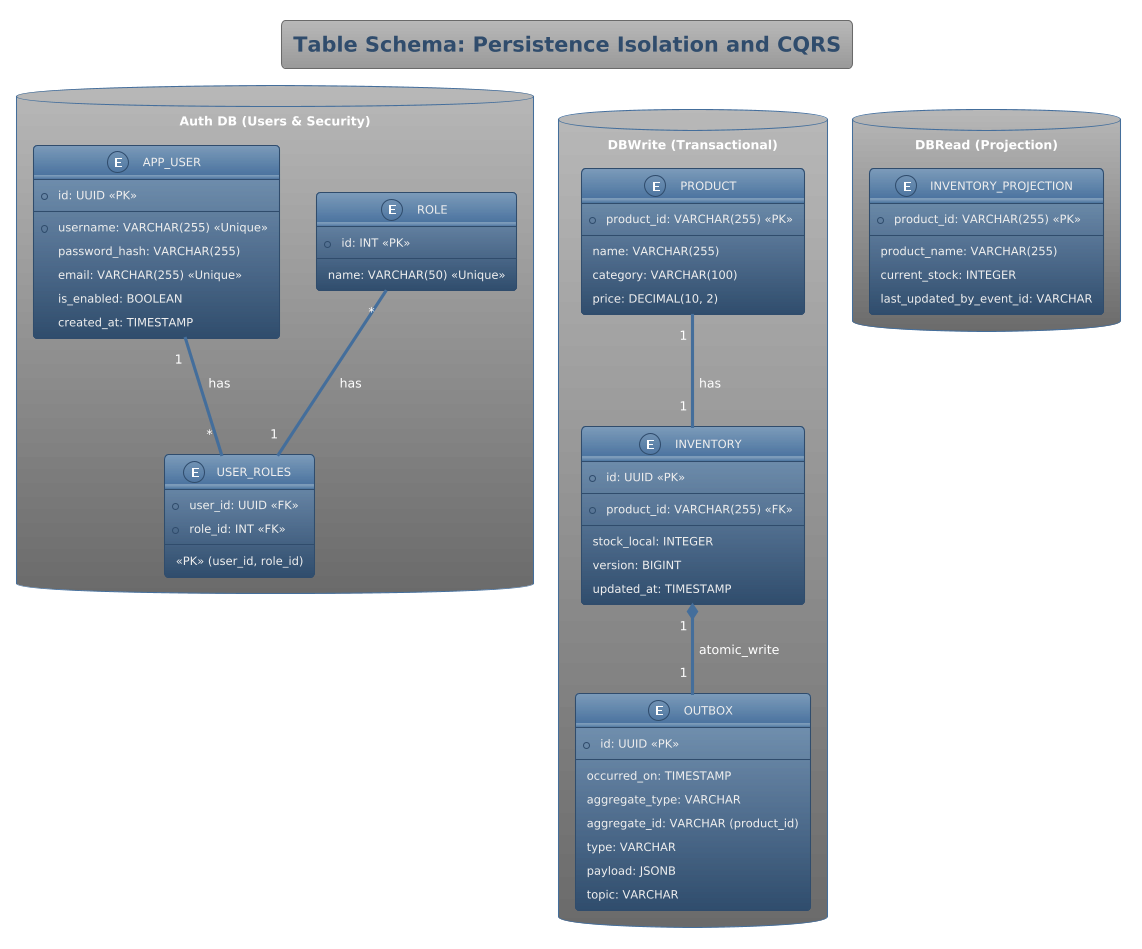
The PlantUML diagram assets/dataModel.png in AgueroSalcinesIgnacio/supermarket-inventory-backend, before a commit. The source it was exported from:
```plantuml
@startuml
!theme spacelab

title Table Schema: Persistence Isolation and CQRS

database "Auth DB (Users & Security)" as DBAuth {

  entity "APP_USER" as T_User {
    + id: UUID <<PK>>
    --
    * username: VARCHAR(255) <<Unique>>
    password_hash: VARCHAR(255)
    email: VARCHAR(255) <<Unique>>
    is_enabled: BOOLEAN
    created_at: TIMESTAMP
  }

  entity "ROLE" as T_Role {
    + id: INT <<PK>>
    --
    name: VARCHAR(50) <<Unique>>
  }

  entity "USER_ROLES" as T_UserRoles {
    * user_id: UUID <<FK>>
    * role_id: INT <<FK>>
    --
    <<PK>> (user_id, role_id)
  }

  T_User "1" -- "*" T_UserRoles : has
  T_Role "*" -- "1" T_UserRoles : has

}

database "DBWrite (Transactional)" as DBWrite {

  entity "PRODUCT" as T_Product {
    + product_id: VARCHAR(255) <<PK>>
    --
    name: VARCHAR(255)
    category: VARCHAR(100)
    price: DECIMAL(10, 2)
  }

  entity "INVENTORY" as T_Inventory {
    + id: UUID <<PK>>
    --
    * product_id: VARCHAR(255) <<FK>>
    --
    stock_local: INTEGER
    version: BIGINT
    updated_at: TIMESTAMP
  }

  entity "OUTBOX" as T_Outbox {
    + id: UUID <<PK>>
    --
    occurred_on: TIMESTAMP
    aggregate_type: VARCHAR
    aggregate_id: VARCHAR (product_id)
    type: VARCHAR
    payload: JSONB
    topic: VARCHAR
  }

  T_Product "1" -- "1" T_Inventory : has
  T_Inventory "1" *-- "1" T_Outbox : atomic_write

}

database "DBRead (Projection)" as DBRead {

  entity "INVENTORY_PROJECTION" as T_Projection {
    + product_id: VARCHAR(255) <<PK>>
    --
    product_name: VARCHAR(255)
    current_stock: INTEGER
    last_updated_by_event_id: VARCHAR
  }
}
@enduml
```
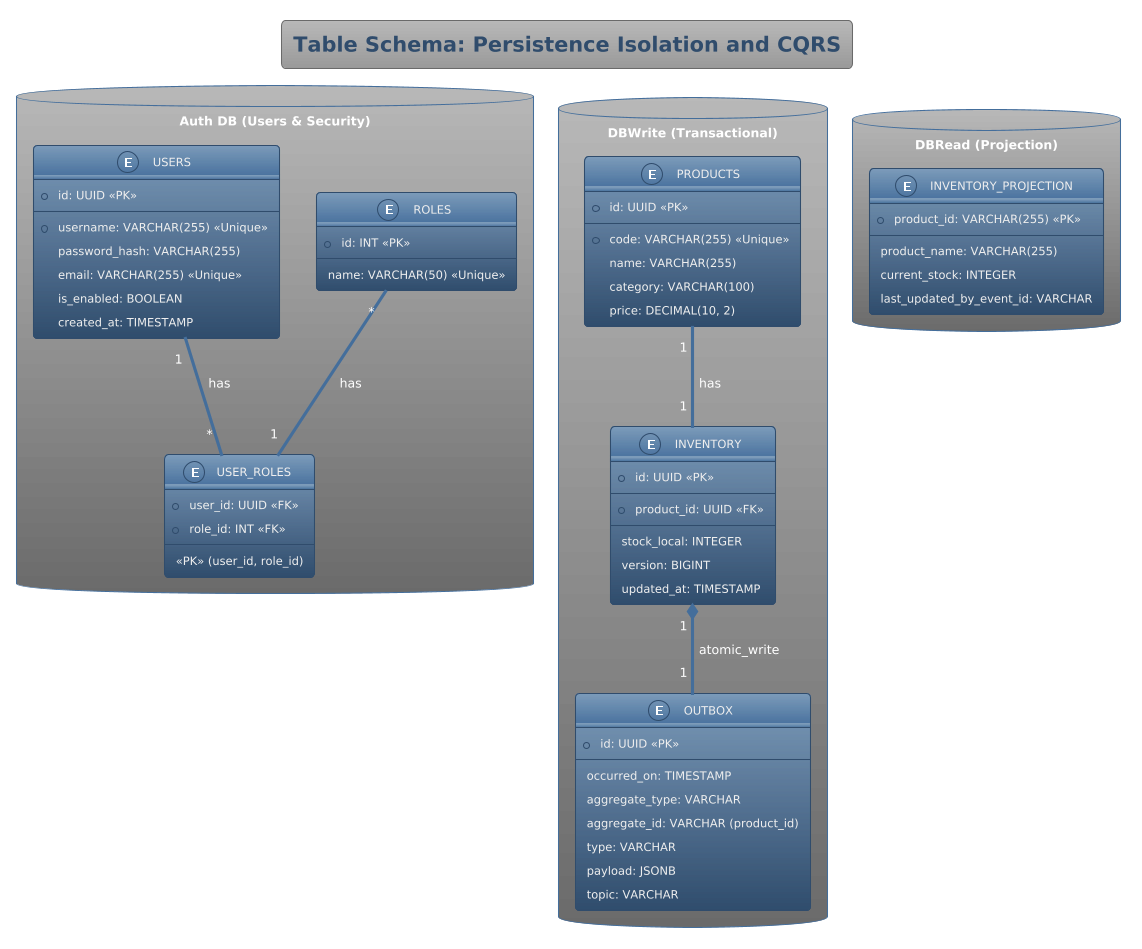
Later version of the same file.

What changed in the source:
```diff
@@ -5,7 +5,7 @@
 
 database "Auth DB (Users & Security)" as DBAuth {
 
-  entity "APP_USER" as T_User {
+  entity "USERS" as T_User {
     + id: UUID <<PK>>
     --
     * username: VARCHAR(255) <<Unique>>
@@ -15,7 +15,7 @@
     created_at: TIMESTAMP
   }
 
-  entity "ROLE" as T_Role {
+  entity "ROLES" as T_Role {
     + id: INT <<PK>>
     --
     name: VARCHAR(50) <<Unique>>
@@ -35,9 +35,10 @@
 
 database "DBWrite (Transactional)" as DBWrite {
 
-  entity "PRODUCT" as T_Product {
-    + product_id: VARCHAR(255) <<PK>>
+  entity "PRODUCTS" as T_Product {
+    + id: UUID <<PK>>
     --
+    * code: VARCHAR(255) <<Unique>>
     name: VARCHAR(255)
     category: VARCHAR(100)
     price: DECIMAL(10, 2)
@@ -46,7 +47,7 @@
   entity "INVENTORY" as T_Inventory {
     + id: UUID <<PK>>
     --
-    * product_id: VARCHAR(255) <<FK>>
+    * product_id: UUID <<FK>>
     --
     stock_local: INTEGER
     version: BIGINT
```
